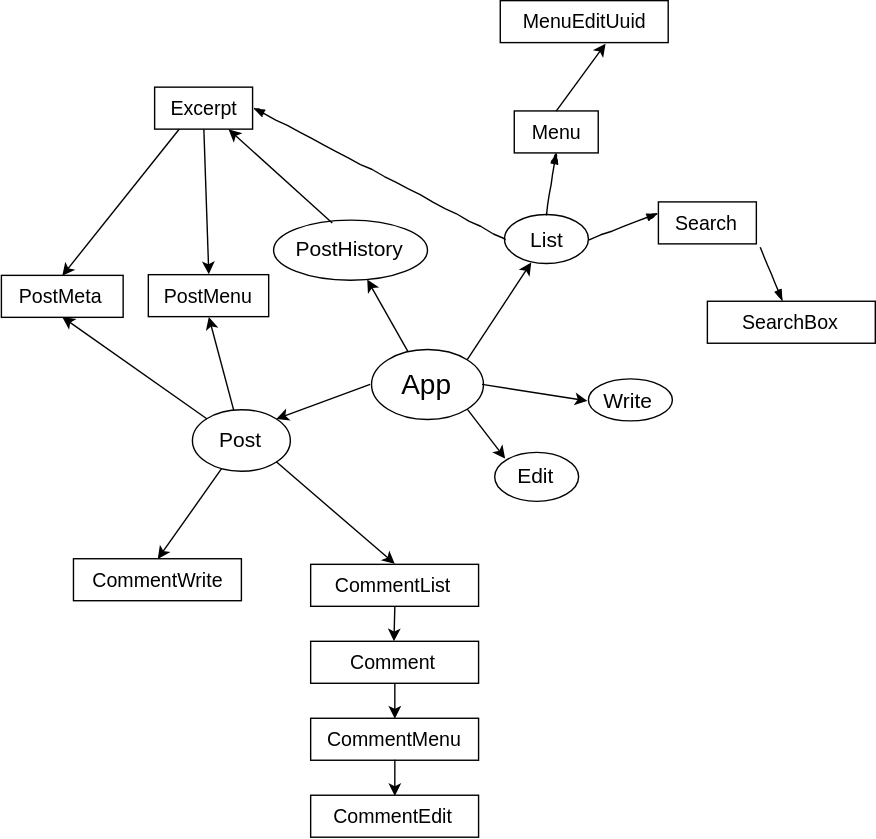
The draw.io diagram public/docs/dependency.svg in min9nim/anony, before a commit. Source tidied: cells renumbered, new cells last; positions are measured from the earlier drawing's top-left corner, leaving out a move shared by most shapes.
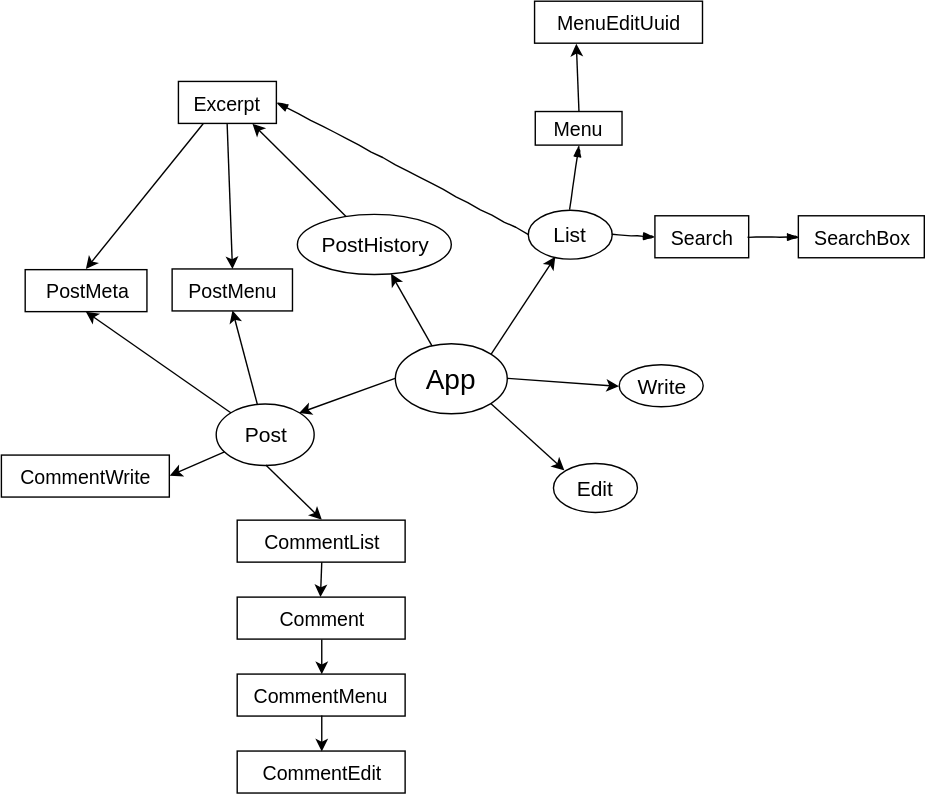
The same file after the commit.

What changed in the source:
```diff
@@ -12,54 +12,54 @@
       <mxGeometry x="136" y="292" width="70" height="44" as="geometry" />
     </mxCell>
     <mxCell id="5" value="Write" style="ellipse;whiteSpace=wrap;html=1;fontSize=15;" parent="1" vertex="1">
-      <mxGeometry x="418.5" y="270.5" width="60" height="30" as="geometry" />
+      <mxGeometry x="424" y="264" width="60" height="30" as="geometry" />
     </mxCell>
     <mxCell id="6" value="List" style="ellipse;whiteSpace=wrap;html=1;fontSize=15;" parent="1" vertex="1">
       <mxGeometry x="359" y="153" width="60" height="35" as="geometry" />
     </mxCell>
     <mxCell id="7" value="Edit&lt;br style=&quot;font-size: 15px;&quot;&gt;" style="ellipse;whiteSpace=wrap;html=1;fontSize=15;" parent="1" vertex="1">
-      <mxGeometry x="351.5" y="322" width="60" height="35" as="geometry" />
+      <mxGeometry x="376.5" y="334.5" width="60" height="35" as="geometry" />
     </mxCell>
     <mxCell id="8" value="CommentEdit&lt;br style=&quot;font-size: 14px&quot;&gt;" style="rounded=0;whiteSpace=wrap;html=1;fontSize=14;" parent="1" vertex="1">
-      <mxGeometry x="220.5" y="567.5" width="120" height="30" as="geometry" />
+      <mxGeometry x="151" y="540" width="120" height="30" as="geometry" />
     </mxCell>
     <mxCell id="9" value="CommentList&lt;br style=&quot;font-size: 14px&quot;&gt;" style="rounded=0;whiteSpace=wrap;html=1;fontSize=14;" parent="1" vertex="1">
-      <mxGeometry x="220.5" y="402.5" width="120" height="30" as="geometry" />
+      <mxGeometry x="151" y="375" width="120" height="30" as="geometry" />
     </mxCell>
     <mxCell id="10" value="CommentWrite&lt;br style=&quot;font-size: 14px&quot;&gt;" style="rounded=0;whiteSpace=wrap;html=1;fontSize=14;" parent="1" vertex="1">
-      <mxGeometry x="51" y="398.5" width="120" height="30" as="geometry" />
+      <mxGeometry x="-17.5" y="328.5" width="120" height="30" as="geometry" />
     </mxCell>
     <mxCell id="11" value="CommentMenu&lt;br style=&quot;font-size: 14px&quot;&gt;" style="rounded=0;whiteSpace=wrap;html=1;fontSize=14;" parent="1" vertex="1">
-      <mxGeometry x="220.5" y="512.5" width="120" height="30" as="geometry" />
+      <mxGeometry x="151" y="485" width="120" height="30" as="geometry" />
     </mxCell>
     <mxCell id="12" value="Comment&lt;br style=&quot;font-size: 14px;&quot;&gt;" style="rounded=0;whiteSpace=wrap;html=1;fontSize=14;" parent="1" vertex="1">
-      <mxGeometry x="220.5" y="457.5" width="120" height="30" as="geometry" />
+      <mxGeometry x="151" y="430" width="120" height="30" as="geometry" />
     </mxCell>
     <mxCell id="13" value="PostMenu&lt;br style=&quot;font-size: 14px&quot;&gt;" style="rounded=0;whiteSpace=wrap;html=1;fontSize=14;" parent="1" vertex="1">
       <mxGeometry x="104.5" y="195.5" width="86" height="30" as="geometry" />
     </mxCell>
     <mxCell id="14" value="MenuEditUuid&lt;br style=&quot;font-size: 14px&quot;&gt;" style="rounded=0;whiteSpace=wrap;html=1;fontSize=14;" parent="1" vertex="1">
-      <mxGeometry x="356" y="-0.3" width="120" height="30" as="geometry" />
+      <mxGeometry x="363.5" y="4.2" width="120" height="30" as="geometry" />
     </mxCell>
     <mxCell id="15" value="Menu&lt;br style=&quot;font-size: 14px&quot;&gt;" style="rounded=0;whiteSpace=wrap;html=1;fontSize=14;" parent="1" vertex="1">
-      <mxGeometry x="366" y="78.5" width="60" height="30" as="geometry" />
+      <mxGeometry x="364" y="83" width="62" height="24" as="geometry" />
     </mxCell>
     <mxCell id="16" value="Excerpt&lt;br style=&quot;font-size: 14px;&quot;&gt;" style="rounded=0;whiteSpace=wrap;html=1;fontSize=14;" parent="1" vertex="1">
       <mxGeometry x="109" y="61.5" width="70" height="30" as="geometry" />
     </mxCell>
     <mxCell id="17" value="SearchBox&lt;br style=&quot;font-size: 14px&quot;&gt;" style="rounded=0;whiteSpace=wrap;html=1;fontSize=14;" parent="1" vertex="1">
-      <mxGeometry x="504" y="214.5" width="120" height="30" as="geometry" />
+      <mxGeometry x="552" y="157.5" width="90" height="30" as="geometry" />
     </mxCell>
     <mxCell id="18" value="PostMeta&lt;br style=&quot;font-size: 14px&quot;&gt;" style="rounded=0;whiteSpace=wrap;html=1;fontSize=14;" parent="1" vertex="1">
       <mxGeometry x="-0.5" y="196" width="87" height="30" as="geometry" />
     </mxCell>
     <mxCell id="19" value="Search&lt;br style=&quot;font-size: 14px&quot;&gt;" style="rounded=0;whiteSpace=wrap;html=1;fontSize=14;" parent="1" vertex="1">
-      <mxGeometry x="469" y="143.5" width="70" height="30" as="geometry" />
+      <mxGeometry x="449.5" y="157.5" width="67" height="30" as="geometry" />
     </mxCell>
     <mxCell id="20" style="rounded=0;comic=1;strokeWidth=1;endArrow=blockThin;html=1;fontFamily=Helvetica;fontStyle=0;exitX=0;exitY=0.5;entryX=1;entryY=0.5;fontSize=14;" parent="1" edge="1" source="6" target="16">
       <mxGeometry relative="1" as="geometry" />
     </mxCell>
-    <mxCell id="21" style="rounded=0;comic=1;strokeWidth=1;endArrow=blockThin;html=1;fontFamily=Helvetica;fontStyle=0;exitX=1;exitY=0.5;entryX=0;entryY=0.25;fontSize=14;" parent="1" edge="1" source="6" target="19">
+    <mxCell id="21" style="rounded=0;comic=1;strokeWidth=1;endArrow=blockThin;html=1;fontFamily=Helvetica;fontStyle=0;exitX=1;exitY=0.5;entryX=0;entryY=0.5;fontSize=14;" parent="1" edge="1" source="6" target="19">
       <mxGeometry relative="1" as="geometry" />
     </mxCell>
     <mxCell id="22" style="rounded=0;comic=1;strokeWidth=1;endArrow=blockThin;html=1;fontFamily=Helvetica;fontStyle=0;entryX=0.5;entryY=1;fontSize=14;exitX=0.5;exitY=0;" parent="1" edge="1" source="6" target="15">
@@ -71,13 +71,13 @@
     <mxCell id="24" style="endArrow=classic;html=1;fontSize=14;exitX=0;exitY=0.5;entryX=1;entryY=0;" parent="1" edge="1" source="2" target="4">
       <mxGeometry relative="1" as="geometry" />
     </mxCell>
-    <mxCell id="25" style="endArrow=classic;html=1;fontSize=14;exitX=1;exitY=1;entryX=0.5;entryY=0;" parent="1" edge="1" source="4" target="9">
+    <mxCell id="25" style="endArrow=classic;html=1;fontSize=14;exitX=0.5;exitY=1;entryX=0.5;entryY=0;" parent="1" edge="1" source="4" target="9">
       <mxGeometry relative="1" as="geometry" />
     </mxCell>
     <mxCell id="26" style="endArrow=classic;html=1;fontSize=14;exitX=0;exitY=0;entryX=0.5;entryY=1;" parent="1" edge="1" source="4" target="18">
       <mxGeometry relative="1" as="geometry" />
     </mxCell>
-    <mxCell id="27" style="rounded=0;comic=1;strokeWidth=1;endArrow=blockThin;html=1;fontFamily=Helvetica;fontStyle=0;exitX=1.043;exitY=1.083;fontSize=14;exitPerimeter=0;" parent="1" edge="1" source="19" target="17">
+    <mxCell id="27" style="rounded=0;comic=1;strokeWidth=1;endArrow=blockThin;html=1;fontFamily=Helvetica;fontStyle=0;exitX=1;exitY=0.5;fontSize=14;entryX=0;entryY=0.5;" parent="1" edge="1" source="19" target="17">
       <mxGeometry relative="1" as="geometry" />
     </mxCell>
     <mxCell id="28" style="endArrow=classic;html=1;fontSize=14;exitX=1;exitY=1;entryX=0;entryY=0;" parent="1" edge="1" source="2" target="7">
@@ -89,10 +89,10 @@
     <mxCell id="30" style="endArrow=classic;html=1;fontSize=14;" parent="1" edge="1" source="2" target="3">
       <mxGeometry relative="1" as="geometry" />
     </mxCell>
-    <mxCell id="31" style="endArrow=classic;html=1;fontSize=14;exitX=0.5;exitY=0;entryX=0.625;entryY=1.006;entryPerimeter=0;jumpStyle=gap;" parent="1" edge="1" source="15" target="14">
+    <mxCell id="31" style="endArrow=classic;html=1;fontSize=14;exitX=0.5;exitY=0;entryX=0.25;entryY=1;jumpStyle=gap;" parent="1" edge="1" source="15" target="14">
       <mxGeometry relative="1" as="geometry" />
     </mxCell>
-    <mxCell id="32" style="endArrow=classic;html=1;fontSize=14;exitX=0.381;exitY=0.042;entryX=0.75;entryY=1;exitPerimeter=0;" parent="1" edge="1" source="3" target="16">
+    <mxCell id="32" style="endArrow=classic;html=1;fontSize=14;entryX=0.75;entryY=1;" parent="1" edge="1" source="3" target="16">
       <mxGeometry relative="1" as="geometry" />
     </mxCell>
     <mxCell id="33" style="endArrow=classic;html=1;fontSize=14;exitX=0.5;exitY=1;entryX=0.5;entryY=0;" parent="1" edge="1" source="12" target="11">
@@ -103,10 +103,10 @@
     </mxCell>
     <mxCell id="35" style="endArrow=classic;html=1;fontSize=14;exitX=0.5;exitY=1;" parent="1" edge="1" source="9">
       <mxGeometry relative="1" as="geometry">
-        <mxPoint x="280" y="457.5" as="targetPoint" />
+        <mxPoint x="210.5" y="430" as="targetPoint" />
       </mxGeometry>
     </mxCell>
-    <mxCell id="36" style="endArrow=classic;html=1;fontSize=14;entryX=0.5;entryY=0;" parent="1" edge="1" source="4" target="10">
+    <mxCell id="36" style="endArrow=classic;html=1;fontSize=14;entryX=1;entryY=0.5;" parent="1" edge="1" source="4" target="10">
       <mxGeometry relative="1" as="geometry" />
     </mxCell>
     <mxCell id="37" style="endArrow=classic;html=1;fontSize=14;entryX=0.5;entryY=1;" parent="1" edge="1" source="4" target="13">
```
